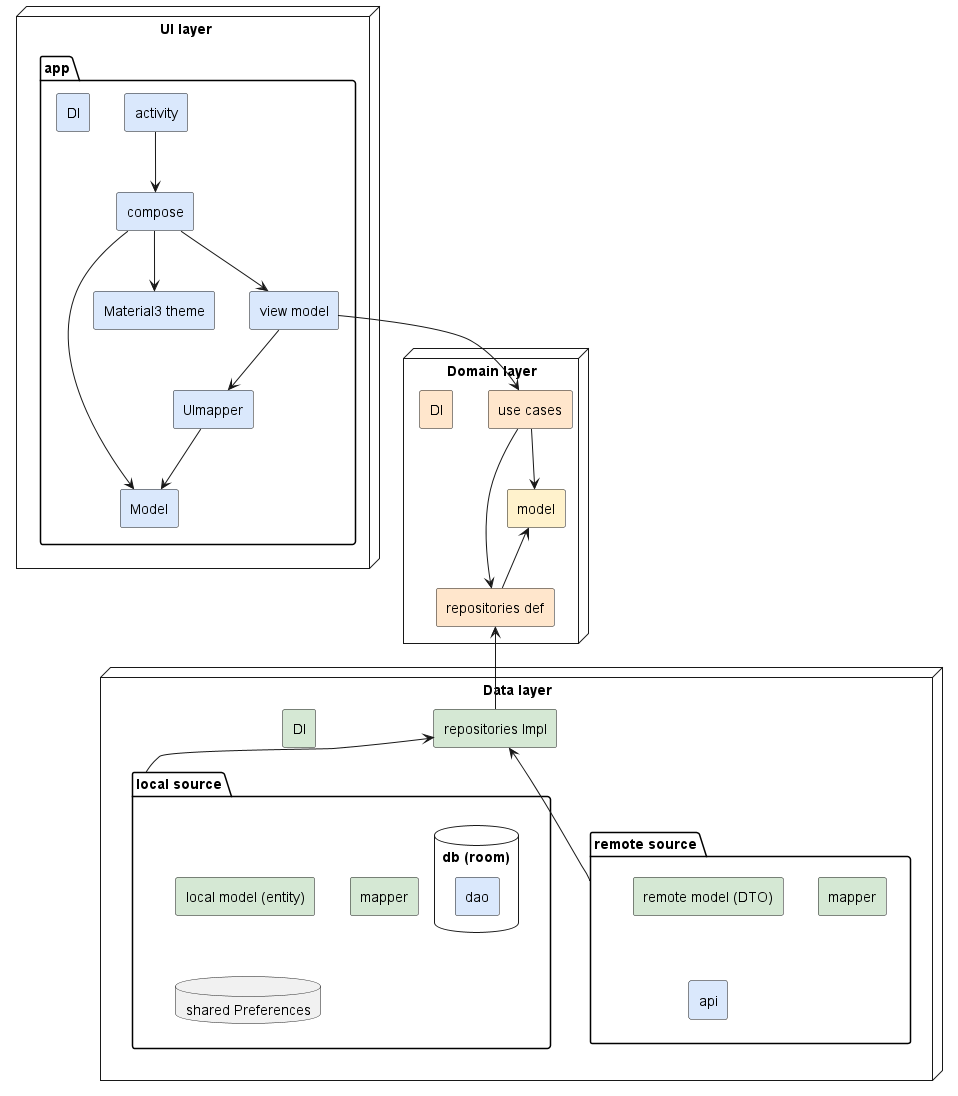
This is docs/diagrams/dependencies.png from miguelhincapie/GitHubExplorer, a PlantUML export, as it was before one commit.
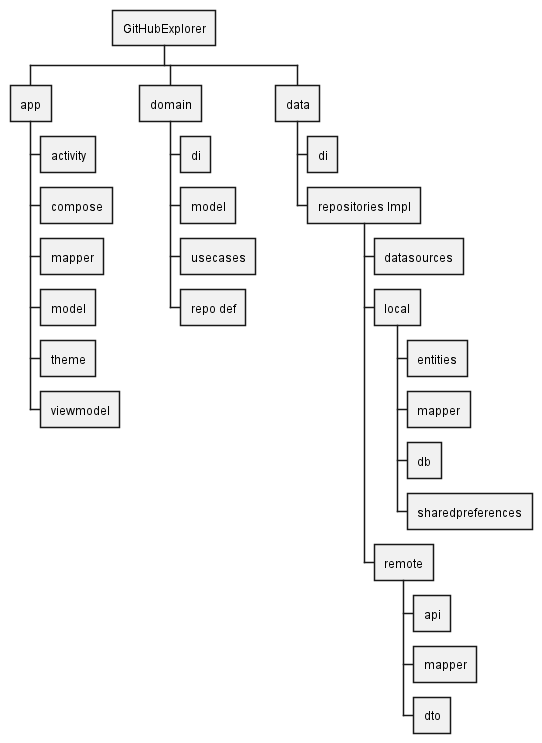
After the change.

Commit message:
Architecture diagram image updated

The edit, as a diff of the source:
```diff
@@ -1,52 +1,28 @@
-@startuml
-node "UI layer    " {
-    package "app" {
-        rectangle "activity" as activity #DAE8FC
-        rectangle "compose" as compose #DAE8FC
-        rectangle "UImapper" as uimapper #DAE8FC
-        rectangle "Model" as uimodel #DAE8FC
-        rectangle "Material3 theme" as theme #DAE8FC
-        rectangle "DI" as uiDI #DAE8FC
-        rectangle "view model" as viewmodel #DAE8FC
-    }
-}
-
-node "Domain layer" as domainlayer{
-    rectangle "use cases" as usecases #FFE6CC
-    rectangle "DI" as domainDi #FFE6CC
-    rectangle "model" as model #FFF2CC
-    rectangle "repositories def" as repoDef #FFE6CC
-}
-
-node "Data layer" as datalayer {
-    rectangle "repositories Impl" as repoImpl #D5E8D4
-    rectangle "DI" as dataDI #D5E8D4
-    package "local source" as local_source {
-        rectangle "local model (entity)" as data_local_model #D5E8D4
-        rectangle "mapper" as data_local_mapper #D5E8D4
-        database "db (room)" as db {
-            rectangle "dao" as dao #DAE8FC
-        }
-        database "shared Preferences" as sharedPreferences
-    }
-    package "remote source" as remote_source {
-        rectangle "remote model (DTO)" as data_remote_model #D5E8D4
-        rectangle "mapper" as dataMapper #D5E8D4
-        rectangle "api" as api #DAE8FC
-    }
-}
-
-activity --> compose
-compose --> theme
-compose --> uimodel
-compose --> viewmodel
-viewmodel --> uimapper
-uimapper --> uimodel
-viewmodel --> usecases
-usecases --> model
-usecases --> repoDef
-repoDef -up-> model
-repoImpl -up-> repoDef
-remote_source -up-> repoImpl
-local_source -up-> repoImpl
-@enduml
+@startwbs
++ GitHubExplorer
+ + app
+  + activity
+  + compose
+  + mapper
+  + model
+  + theme
+  + viewmodel
+ + domain
+  + di
+  + model
+  + usecases
+  + repo def
+ + data
+  + di
+  + repositories Impl
+   + datasources
+   + local
+    + entities
+    + mapper
+    + db
+    + sharedpreferences
+   + remote
+    + api
+    + mapper
+    + dto
+@endwbs
```
